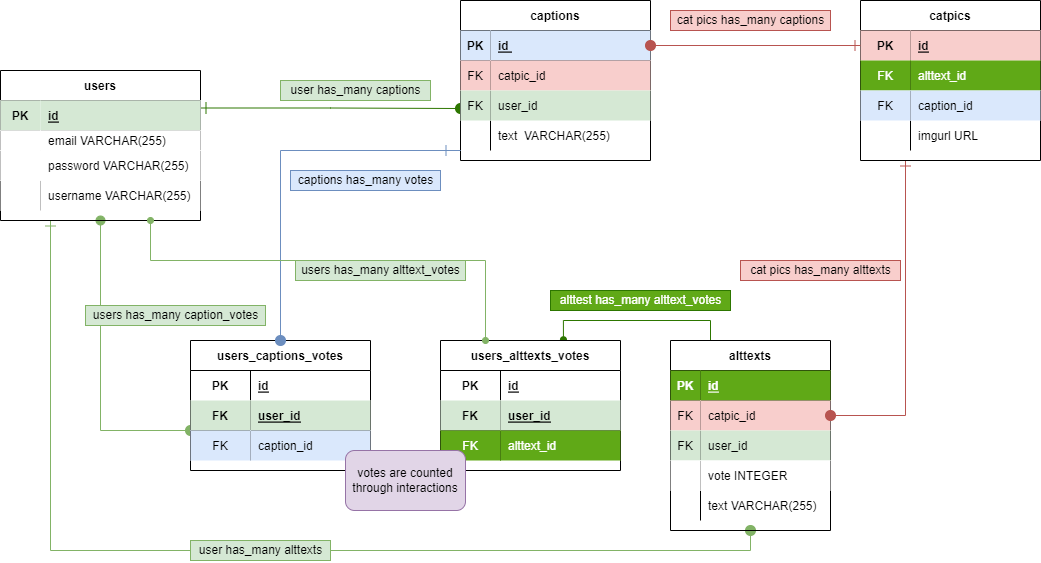
Before: ERD.drawio.png, a diagram exported from draw.io (kokopuffz/Project2). Source tidied: cells renumbered, new cells last; positions are measured from the earlier drawing's top-left corner, leaving out a move shared by most shapes.
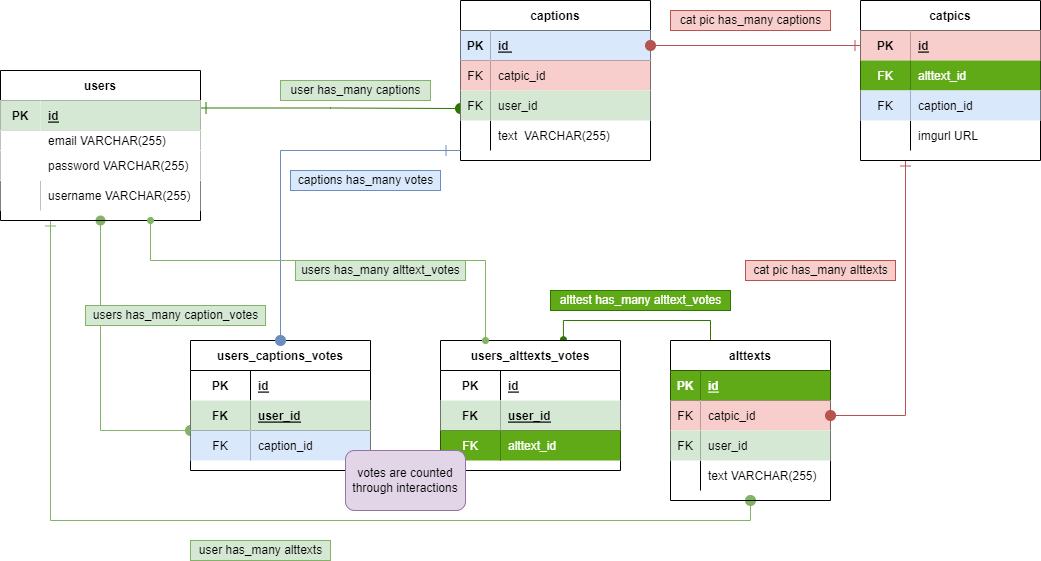
After the commit.

What changed in the source:
```diff
@@ -99,7 +99,7 @@
       <mxGeometry relative="1" as="geometry" />
     </mxCell>
     <mxCell id="32" value="alttexts" style="shape=table;startSize=30;rowLines=0;fontStyle=1;align=center;fillColor=#FFFFFF;" parent="1" vertex="1">
-      <mxGeometry x="670" y="340" width="160" height="190" as="geometry" />
+      <mxGeometry x="670" y="340" width="160" height="160" as="geometry" />
     </mxCell>
     <mxCell id="33" style="shape=tableRow;horizontal=0;startSize=0;swimlaneHead=0;swimlaneBody=0;fillColor=none;top=0;left=0;right=0;bottom=1;" parent="32" vertex="1">
       <mxGeometry y="30" width="160" height="30" as="geometry" />
@@ -128,17 +128,8 @@
     <mxCell id="41" value="user_id" style="shape=partialRectangle;fillColor=#d5e8d4;top=0;left=0;bottom=0;right=0;align=left;spacingLeft=6;fontStyle=0;overflow=hidden;strokeColor=#82b366;" parent="39" vertex="1">
       <mxGeometry x="30" width="130" height="30" as="geometry" />
     </mxCell>
-    <mxCell id="42" style="shape=tableRow;horizontal=0;startSize=0;swimlaneHead=0;swimlaneBody=0;fillColor=none;top=0;left=0;right=0;bottom=0;" parent="32" vertex="1">
-      <mxGeometry y="120" width="160" height="30" as="geometry" />
-    </mxCell>
-    <mxCell id="43" style="shape=partialRectangle;top=0;left=0;bottom=0;right=0;overflow=hidden;" parent="42" vertex="1">
-      <mxGeometry width="30" height="30" as="geometry" />
-    </mxCell>
-    <mxCell id="44" value="vote INTEGER" style="shape=partialRectangle;top=0;left=0;bottom=0;right=0;align=left;spacingLeft=6;overflow=hidden;" parent="42" vertex="1">
-      <mxGeometry x="30" width="130" height="30" as="geometry" />
-    </mxCell>
     <mxCell id="45" style="shape=tableRow;horizontal=0;startSize=0;swimlaneHead=0;swimlaneBody=0;fillColor=none;top=0;left=0;right=0;bottom=0;" parent="32" vertex="1">
-      <mxGeometry y="150" width="160" height="30" as="geometry" />
+      <mxGeometry y="120" width="160" height="30" as="geometry" />
     </mxCell>
     <mxCell id="46" style="shape=partialRectangle;fillColor=none;top=0;left=0;bottom=0;right=0;overflow=hidden;" parent="45" vertex="1">
       <mxGeometry width="30" height="30" as="geometry" />
@@ -224,7 +215,7 @@
     <mxCell id="73" style="edgeStyle=orthogonalEdgeStyle;rounded=0;jettySize=auto;html=1;startArrow=ERone;startFill=0;endArrow=oval;endFill=1;startSize=9;endSize=10;strokeWidth=1;fillColor=#f8cecc;strokeColor=#b85450;entryX=1;entryY=0.5;entryDx=0;entryDy=0;exitX=0;exitY=0.5;exitDx=0;exitDy=0;" parent="1" edge="1" source="60" target="19">
       <mxGeometry relative="1" as="geometry" />
     </mxCell>
-    <mxCell id="74" value="cat pics has_many captions" style="text;html=1;align=center;verticalAlign=middle;strokeColor=#b85450;fillColor=#f8cecc;" parent="1" vertex="1">
+    <mxCell id="74" value="cat pic has_many captions" style="text;html=1;align=center;verticalAlign=middle;strokeColor=#b85450;fillColor=#f8cecc;" parent="1" vertex="1">
       <mxGeometry x="670" y="10" width="160" height="20" as="geometry" />
     </mxCell>
     <mxCell id="75" value="users has_many caption_votes" style="text;html=1;align=center;verticalAlign=middle;strokeColor=#82b366;fillColor=#d5e8d4;" parent="1" vertex="1">
@@ -239,8 +230,8 @@
         </Array>
       </mxGeometry>
     </mxCell>
-    <mxCell id="77" value="cat pics has_many alttexts" style="text;html=1;align=center;verticalAlign=middle;strokeColor=#b85450;fillColor=#f8cecc;" parent="1" vertex="1">
-      <mxGeometry x="740" y="260" width="160" height="20" as="geometry" />
+    <mxCell id="77" value="cat pic has_many alttexts" style="text;html=1;align=center;verticalAlign=middle;strokeColor=#b85450;fillColor=#f8cecc;" parent="1" vertex="1">
+      <mxGeometry x="745" y="260" width="150" height="20" as="geometry" />
     </mxCell>
     <mxCell id="78" value="alttest has_many alttext_votes" style="text;html=1;align=center;verticalAlign=middle;strokeColor=#2D7600;fillColor=#60a917;fontColor=#ffffff;" parent="1" vertex="1">
       <mxGeometry x="550" y="290" width="180" height="20" as="geometry" />
```
